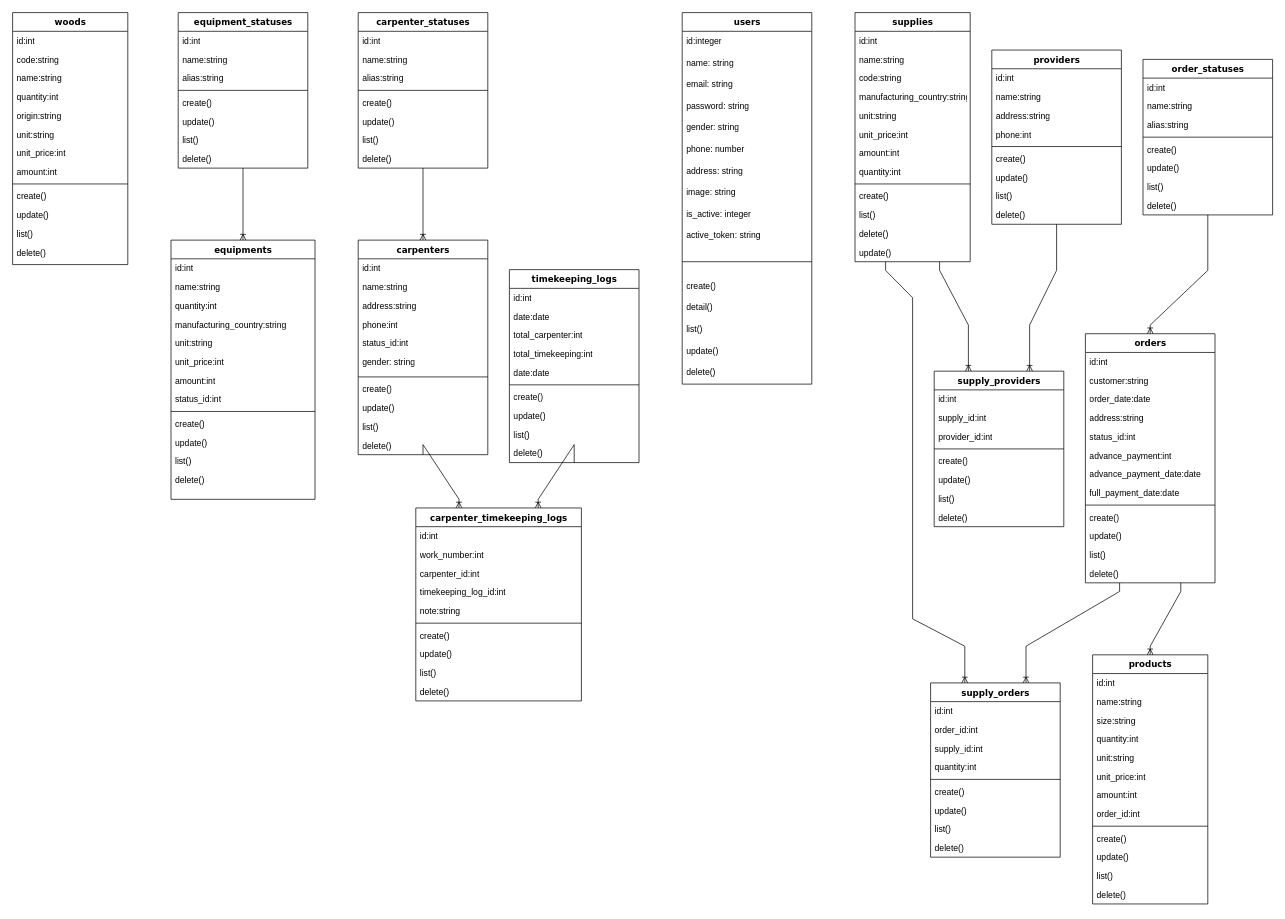
Earlier version of the draw.io diagram page "Trang-1" (1 of 2) of cwm-eer.drawio (vuminhhoa/Carpentry-Workshop-Management). Source tidied: cells renumbered, new cells numbered last; positions are measured from the earlier drawing's top-left corner, leaving out a move shared by most shapes. Both pictures are drawn from the tidied source at 72%, with x=0, y=0 at pixel (12, 12).
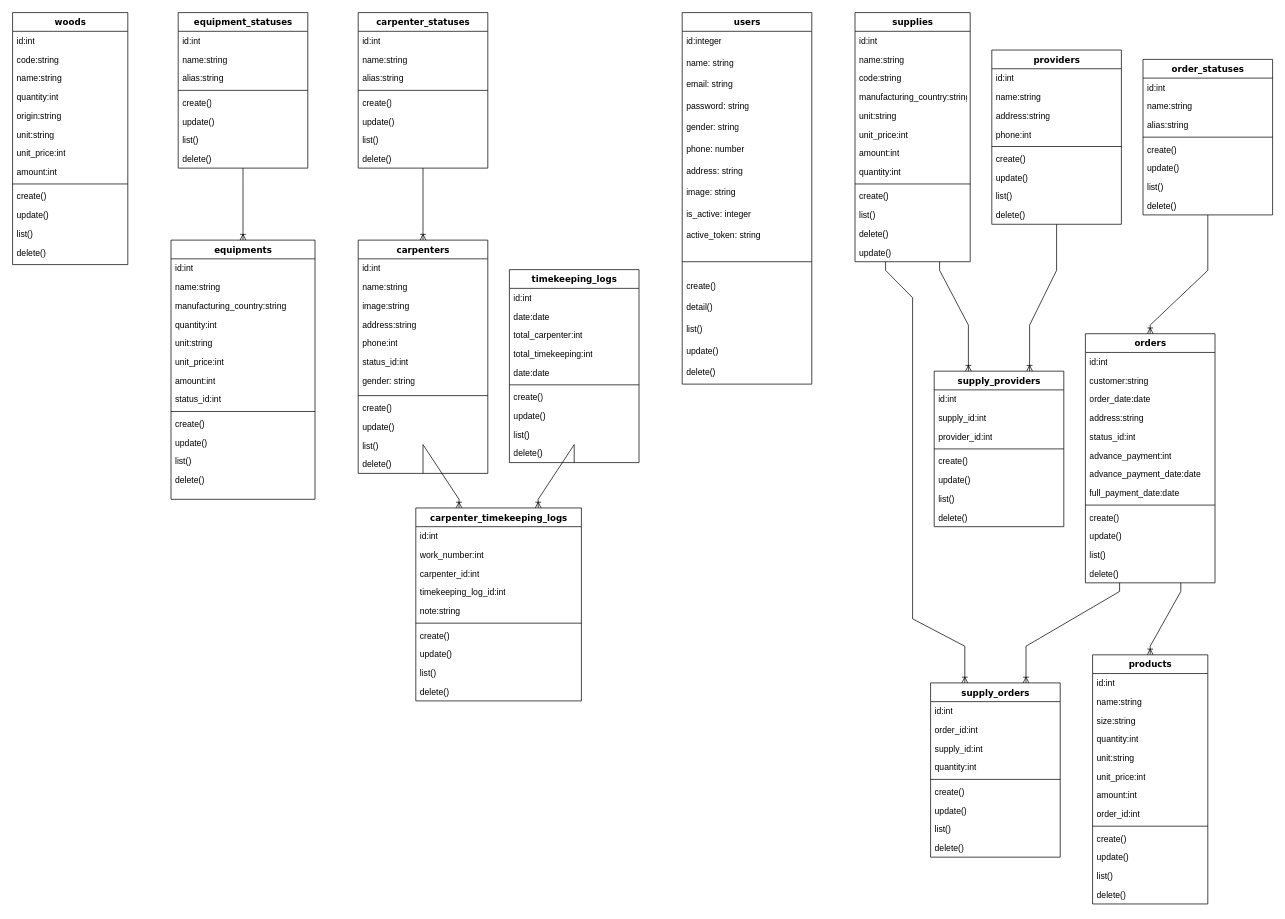
The same diagram, later.

The change refers to these unchanged cells:
```xml
<mxCell id="2" value="equipments" style="swimlane;html=1;fontStyle=1;align=center;verticalAlign=top;horizontal=1;startSize=26;swimlaneFillColor=#ffffff;rounded=0;shadow=0;comic=0;labelBackgroundColor=none;strokeWidth=1;fillColor=none;fontFamily=Verdana;fontSize=12;" parent="1" vertex="1">
  <mxGeometry x="220" y="316" width="200" height="360" as="geometry" />
</mxCell>
```

Change to the diagram source:
```diff
@@
+    <mxCell id="6" value="manufacturing_country:string" style="text;html=1;strokeColor=none;fillColor=none;align=left;verticalAlign=top;spacingLeft=4;spacingRight=4;whiteSpace=wrap;overflow=hidden;" parent="2" vertex="1">
+      <mxGeometry y="78" width="200" height="26" as="geometry" />
+    </mxCell>
     <mxCell id="5" value="quantity:int" style="text;html=1;strokeColor=none;fillColor=none;align=left;verticalAlign=top;spacingLeft=4;spacingRight=4;whiteSpace=wrap;overflow=hidden;" parent="2" vertex="1">
-      <mxGeometry y="78" width="200" height="26" as="geometry" />
+      <mxGeometry y="104" width="200" height="26" as="geometry" />
     </mxCell>
-    <mxCell id="6" value="manufacturing_country:string" style="text;html=1;strokeColor=none;fillColor=none;align=left;verticalAlign=top;spacingLeft=4;spacingRight=4;whiteSpace=wrap;overflow=hidden;" parent="2" vertex="1">
-      <mxGeometry y="104" width="200" height="26" as="geometry" />
-    </mxCell>
@@
     <mxCell id="84" value="carpenters" style="swimlane;html=1;fontStyle=1;align=center;verticalAlign=top;horizontal=1;startSize=26;swimlaneFillColor=#ffffff;rounded=0;shadow=0;comic=0;labelBackgroundColor=none;strokeWidth=1;fillColor=none;fontFamily=Verdana;fontSize=12;" parent="1" vertex="1">
-      <mxGeometry x="480" y="316" width="180" height="298" as="geometry" />
+      <mxGeometry x="480" y="316" width="180" height="324" as="geometry" />
     </mxCell>
@@
+    <mxCell id="189" value="image:string" style="text;html=1;strokeColor=none;fillColor=none;align=left;verticalAlign=top;spacingLeft=4;spacingRight=4;whiteSpace=wrap;overflow=hidden;" parent="84" vertex="1">
+      <mxGeometry y="78" width="180" height="26" as="geometry" />
+    </mxCell>
     <mxCell id="87" value="address:string" style="text;html=1;strokeColor=none;fillColor=none;align=left;verticalAlign=top;spacingLeft=4;spacingRight=4;whiteSpace=wrap;overflow=hidden;" parent="84" vertex="1">
-      <mxGeometry y="78" width="180" height="26" as="geometry" />
+      <mxGeometry y="104" width="180" height="26" as="geometry" />
     </mxCell>
     <mxCell id="88" value="phone:int" style="text;html=1;strokeColor=none;fillColor=none;align=left;verticalAlign=top;spacingLeft=4;spacingRight=4;whiteSpace=wrap;overflow=hidden;" parent="84" vertex="1">
-      <mxGeometry y="104" width="180" height="26" as="geometry" />
+      <mxGeometry y="130" width="180" height="26" as="geometry" />
     </mxCell>
     <mxCell id="89" value="status_id:int" style="text;html=1;strokeColor=none;fillColor=none;align=left;verticalAlign=top;spacingLeft=4;spacingRight=4;whiteSpace=wrap;overflow=hidden;" parent="84" vertex="1">
-      <mxGeometry y="130" width="180" height="26" as="geometry" />
+      <mxGeometry y="156" width="180" height="26" as="geometry" />
     </mxCell>
     <mxCell id="90" value="gender: string" style="text;html=1;strokeColor=none;fillColor=none;align=left;verticalAlign=top;spacingLeft=4;spacingRight=4;whiteSpace=wrap;overflow=hidden;" parent="84" vertex="1">
-      <mxGeometry y="156" width="180" height="30" as="geometry" />
+      <mxGeometry y="182" width="180" height="30" as="geometry" />
     </mxCell>
     <mxCell id="91" style="line;html=1;strokeWidth=1;fillColor=none;align=left;verticalAlign=middle;spacingTop=-1;spacingLeft=3;spacingRight=3;labelPosition=right;" parent="84" vertex="1">
-      <mxGeometry y="186" width="180" height="8" as="geometry" />
+      <mxGeometry y="212" width="180" height="8" as="geometry" />
     </mxCell>
     <mxCell id="92" value="create()" style="text;html=1;strokeColor=none;fillColor=none;align=left;verticalAlign=top;spacingLeft=4;spacingRight=4;whiteSpace=wrap;overflow=hidden;" parent="84" vertex="1">
-      <mxGeometry y="194" width="180" height="26" as="geometry" />
+      <mxGeometry y="220" width="180" height="26" as="geometry" />
     </mxCell>
     <mxCell id="93" value="update()" style="text;html=1;strokeColor=none;fillColor=none;align=left;verticalAlign=top;spacingLeft=4;spacingRight=4;whiteSpace=wrap;overflow=hidden;" parent="84" vertex="1">
-      <mxGeometry y="220" width="180" height="26" as="geometry" />
+      <mxGeometry y="246" width="180" height="26" as="geometry" />
     </mxCell>
     <mxCell id="94" value="list()" style="text;html=1;strokeColor=none;fillColor=none;align=left;verticalAlign=top;spacingLeft=4;spacingRight=4;whiteSpace=wrap;overflow=hidden;" parent="84" vertex="1">
-      <mxGeometry y="246" width="180" height="26" as="geometry" />
+      <mxGeometry y="272" width="180" height="26" as="geometry" />
     </mxCell>
     <mxCell id="95" value="delete()" style="text;html=1;strokeColor=none;fillColor=none;align=left;verticalAlign=top;spacingLeft=4;spacingRight=4;whiteSpace=wrap;overflow=hidden;" parent="84" vertex="1">
-      <mxGeometry y="272" width="180" height="26" as="geometry" />
+      <mxGeometry y="298" width="180" height="26" as="geometry" />
     </mxCell>
```
